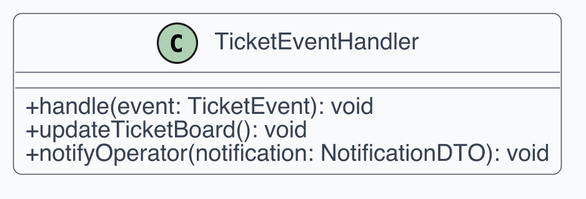
Earlier version of the PlantUML export src/PB/Documentazione Esterna/Contenuti/componenti_specifiche_tecniche/assets/uml_frontend/21_ticketeventhandler.png (swenightpro/Documentazione). Source of this version:
```plantuml
@startuml
!include _style.iuml
class TicketEventHandler {
  +handle(event: TicketEvent): void
  +updateTicketBoard(): void
  +notifyOperator(notification: NotificationDTO): void
}
@enduml
```
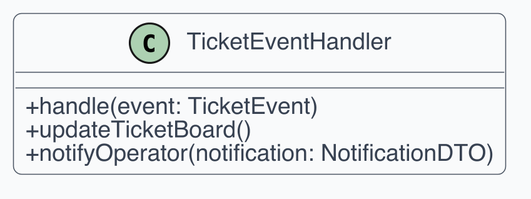
After the commit.

Change to the diagram source:
```diff
@@ -1,8 +1,24 @@
 @startuml
-!include _style.iuml
-class TicketEventHandler {
-  +handle(event: TicketEvent): void
-  +updateTicketBoard(): void
-  +notifyOperator(notification: NotificationDTO): void
+skinparam dpi 300
+skinparam shadowing false
+skinparam backgroundColor White
+skinparam defaultFontName Helvetica
+skinparam defaultFontSize 12
+skinparam ArrowColor #4B5563
+skinparam ArrowThickness 1
+skinparam roundcorner 8
+skinparam class {
+  BackgroundColor #F9FAFB
+  BorderColor #4B5563
+  FontColor #111827
+  AttributeFontColor #374151
+  StereotypeFontColor #6B7280
+}
+skinparam classAttributeIconSize 0
+
+class "TicketEventHandler" as C1 {
+  + handle(event: TicketEvent)
+  + updateTicketBoard()
+  + notifyOperator(notification: NotificationDTO)
 }
 @enduml
```
